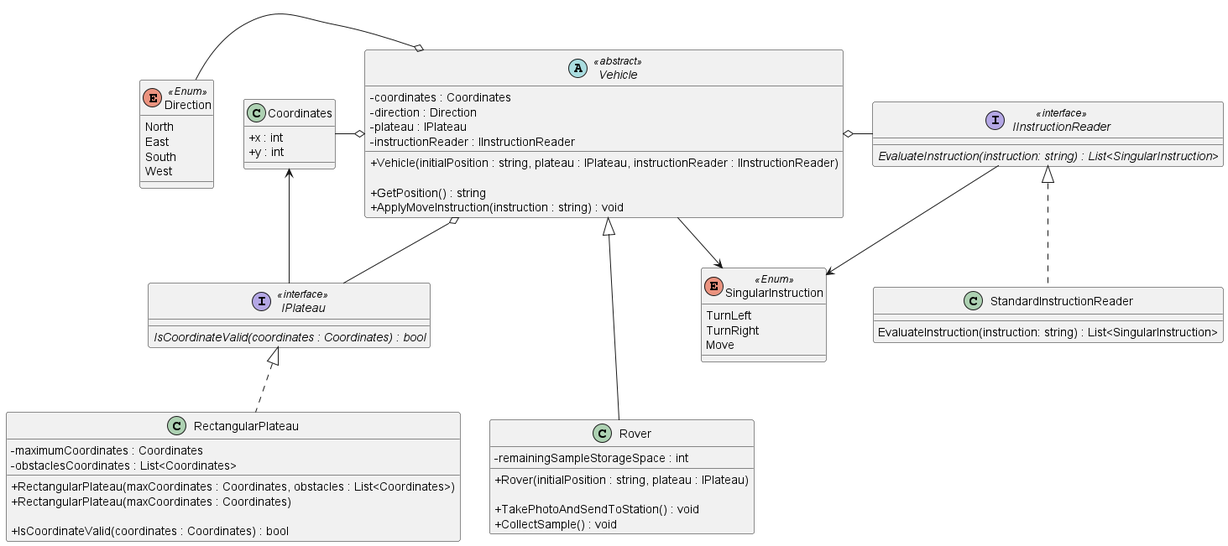
iamfranco/MarsRoverChallenge keeps this PlantUML diagram as puml/Mars Rover Challenge.png. Above is the earlier version. The source it was exported from:
```plantuml
@startuml "Mars Rover Challenge"
skinparam classAttributeIconSize 0

class Coordinates
{
  + x : int
  + y : int
}

Enum Direction <<Enum>>
{
  North
  East
  South
  West
}

Enum SingularInstruction <<Enum>>
{
  TurnLeft
  TurnRight
  Move
}

interface IPlateau <<interface>>
{
  {abstract} IsCoordinateValid(coordinates : Coordinates) : bool
}

class RectangularPlateau
{
  - maximumCoordinates : Coordinates
  - obstaclesCoordinates : List<Coordinates>

  + RectangularPlateau(maxCoordinates : Coordinates, obstacles : List<Coordinates>)
  + RectangularPlateau(maxCoordinates : Coordinates)

  + IsCoordinateValid(coordinates : Coordinates) : bool
}

abstract Vehicle <<abstract>>
{
  - coordinates : Coordinates
  - direction : Direction
  - plateau : IPlateau
  - instructionReader : IInstructionReader

  + Vehicle(initialPosition : string, plateau : IPlateau, instructionReader : IInstructionReader)

  + GetPosition() : string
  + ApplyMoveInstruction(instruction : string) : void
}

class Rover
{
  - remainingSampleStorageSpace : int

  + Rover(initialPosition : string, plateau : IPlateau)

  + TakePhotoAndSendToStation() : void
  + CollectSample() : void
}

interface IInstructionReader <<interface>>
{
  {abstract} EvaluateInstruction(instruction: string) : List<SingularInstruction>
}

class StandardInstructionReader
{
  EvaluateInstruction(instruction: string) : List<SingularInstruction>
}

Vehicle <|--- Rover
IPlateau <|.. RectangularPlateau

Vehicle o-l- Coordinates
Vehicle o-l- Direction
Vehicle o-- IPlateau
Vehicle o-r- IInstructionReader

Coordinates <-- IPlateau

IInstructionReader <|.. StandardInstructionReader
IInstructionReader --> SingularInstruction
Vehicle --> SingularInstruction

@enduml
```
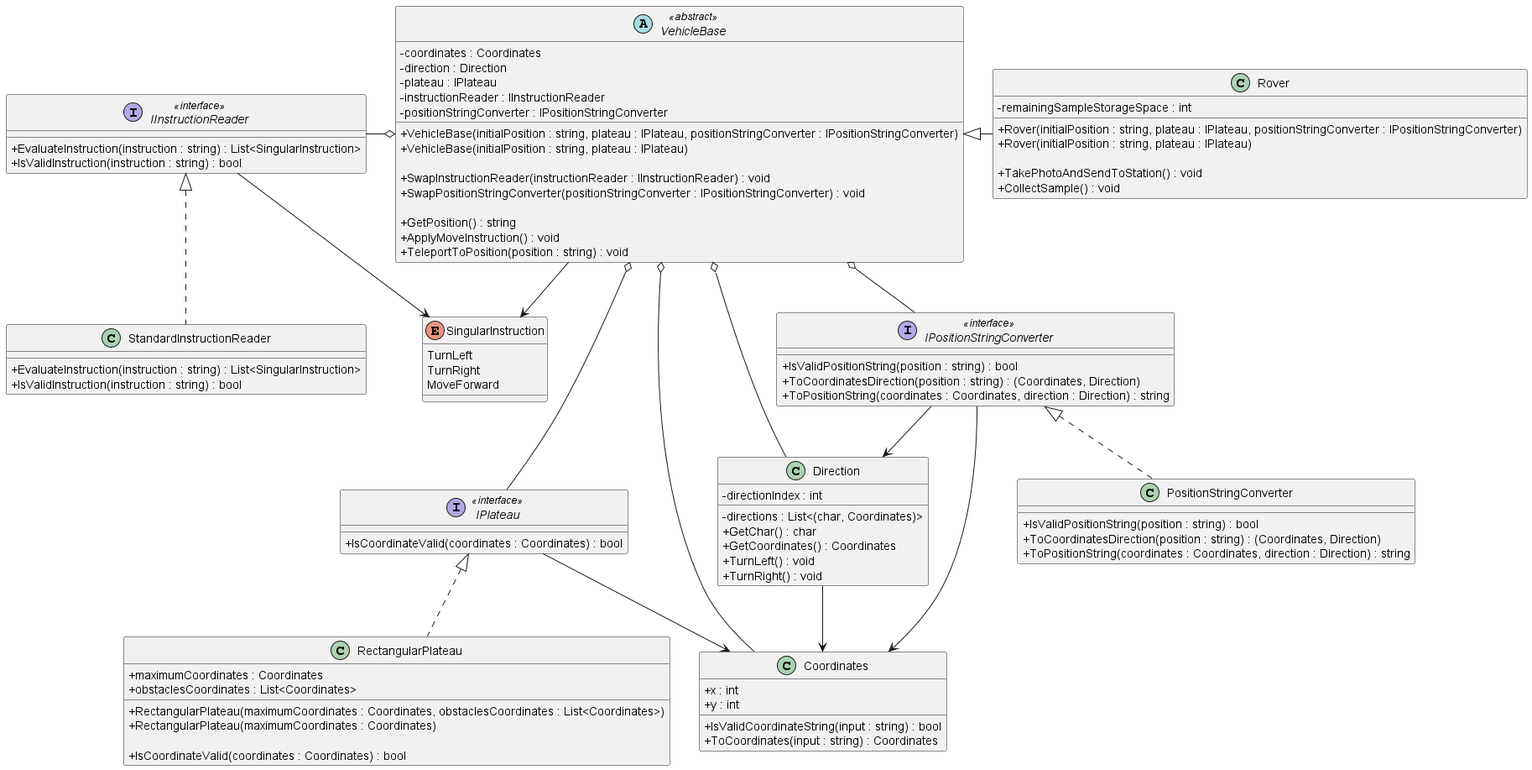
Later version of the same file.

Commit message:
UML: add interface for instructionReader, use class for Coordinates instead of enum

What changed in the source:
```diff
@@ -1,88 +1,124 @@
 @startuml "Mars Rover Challenge"
 skinparam classAttributeIconSize 0
+
+interface IInstructionReader <<interface>>
+{
+  + EvaluateInstruction(instruction : string) : List<SingularInstruction>
+  + IsValidInstruction(instruction : string) : bool
+}
+
+enum SingularInstruction
+{
+  TurnLeft
+  TurnRight
+  MoveForward
+}
+
+class StandardInstructionReader
+{
+  + EvaluateInstruction(instruction : string) : List<SingularInstruction>
+  + IsValidInstruction(instruction : string) : bool
+}
+
+interface IPlateau <<interface>>
+{
+  + IsCoordinateValid(coordinates : Coordinates) : bool
+}
+
+class RectangularPlateau
+{
+  + maximumCoordinates : Coordinates
+  + obstaclesCoordinates : List<Coordinates>
+
+  + RectangularPlateau(maximumCoordinates : Coordinates, obstaclesCoordinates : List<Coordinates>)
+  + RectangularPlateau(maximumCoordinates : Coordinates)
+
+  + IsCoordinateValid(coordinates : Coordinates) : bool
+}
 
 class Coordinates
 {
   + x : int
   + y : int
+
+  + IsValidCoordinateString(input : string) : bool
+  + ToCoordinates(input : string) : Coordinates
 }
 
-Enum Direction <<Enum>>
+class Direction
 {
-  North
-  East
-  South
-  West
+  - directions : List<(char, Coordinates)>
+  - directionIndex : int
+
+  + GetChar() : char
+  + GetCoordinates() : Coordinates
+  + TurnLeft() : void
+  + TurnRight() : void
 }
 
-Enum SingularInstruction <<Enum>>
+interface IPositionStringConverter <<interface>>
 {
-  TurnLeft
-  TurnRight
-  Move
+  + IsValidPositionString(position : string) : bool
+  + ToCoordinatesDirection(position : string) : (Coordinates, Direction)
+  + ToPositionString(coordinates : Coordinates, direction : Direction) : string
 }
 
-interface IPlateau <<interface>>
+class PositionStringConverter
 {
-  {abstract} IsCoordinateValid(coordinates : Coordinates) : bool
+  + IsValidPositionString(position : string) : bool
+  + ToCoordinatesDirection(position : string) : (Coordinates, Direction)
+  + ToPositionString(coordinates : Coordinates, direction : Direction) : string
 }
 
-class RectangularPlateau
-{
-  - maximumCoordinates : Coordinates
-  - obstaclesCoordinates : List<Coordinates>
-
-  + RectangularPlateau(maxCoordinates : Coordinates, obstacles : List<Coordinates>)
-  + RectangularPlateau(maxCoordinates : Coordinates)
-
-  + IsCoordinateValid(coordinates : Coordinates) : bool
-}
-
-abstract Vehicle <<abstract>>
+abstract VehicleBase <<abstract>>
 {
   - coordinates : Coordinates
   - direction : Direction
   - plateau : IPlateau
   - instructionReader : IInstructionReader
+  - positionStringConverter : IPositionStringConverter
 
-  + Vehicle(initialPosition : string, plateau : IPlateau, instructionReader : IInstructionReader)
+  + VehicleBase(initialPosition : string, plateau : IPlateau, positionStringConverter : IPositionStringConverter)
+  + VehicleBase(initialPosition : string, plateau : IPlateau)
+
+  + SwapInstructionReader(instructionReader : IInstructionReader) : void
+  + SwapPositionStringConverter(positionStringConverter : IPositionStringConverter) : void
 
   + GetPosition() : string
-  + ApplyMoveInstruction(instruction : string) : void
+  + ApplyMoveInstruction() : void
+  + TeleportToPosition(position : string) : void
 }
 
 class Rover
 {
   - remainingSampleStorageSpace : int
 
+  + Rover(initialPosition : string, plateau : IPlateau, positionStringConverter : IPositionStringConverter)
   + Rover(initialPosition : string, plateau : IPlateau)
 
   + TakePhotoAndSendToStation() : void
   + CollectSample() : void
 }
 
-interface IInstructionReader <<interface>>
-{
-  {abstract} EvaluateInstruction(instruction: string) : List<SingularInstruction>
-}
-
-class StandardInstructionReader
-{
-  EvaluateInstruction(instruction: string) : List<SingularInstruction>
-}
-
-Vehicle <|--- Rover
+IInstructionReader -> SingularInstruction
+IInstructionReader <|.. StandardInstructionReader
 IPlateau <|.. RectangularPlateau
 
-Vehicle o-l- Coordinates
-Vehicle o-l- Direction
-Vehicle o-- IPlateau
-Vehicle o-r- IInstructionReader
+IPositionStringConverter <|.. PositionStringConverter
 
-Coordinates <-- IPlateau
+VehicleBase <|-r- Rover
 
-IInstructionReader <|.. StandardInstructionReader
-IInstructionReader --> SingularInstruction
-Vehicle --> SingularInstruction
+IPlateau --> Coordinates
+Direction --> Coordinates
+IPositionStringConverter --> Coordinates
+IPositionStringConverter --> Direction
+
+VehicleBase o-- Coordinates
+VehicleBase o-- Direction
+VehicleBase o--- IPlateau
+VehicleBase o-l IInstructionReader
+VehicleBase o-- IPositionStringConverter
+
+VehicleBase --> SingularInstruction
 
 @enduml
```
